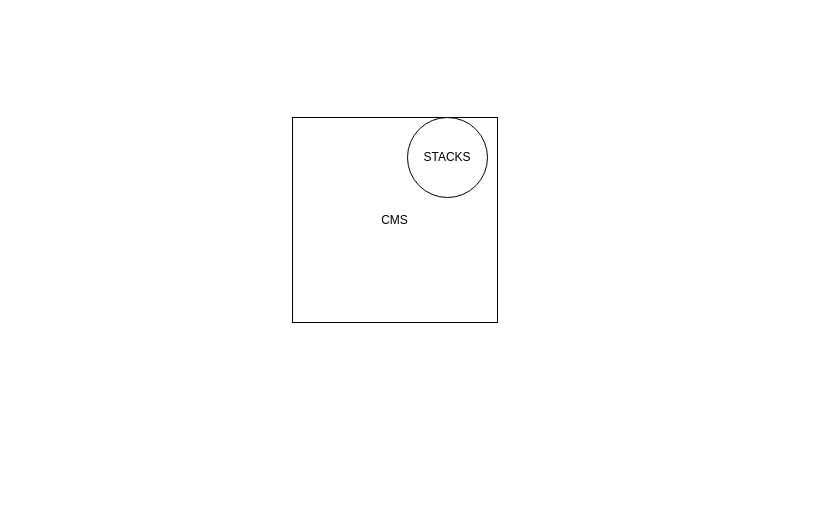
The draw.io diagram Untitled Diagram.drawio in yukuansong/draw.io, before the edit. Source tidied: cells renumbered, new cells numbered last; positions are measured from the earlier drawing's top-left corner, leaving out a move shared by most shapes. Both pictures are drawn from the tidied source at 100%, with x=0, y=0 at pixel (292, 117).
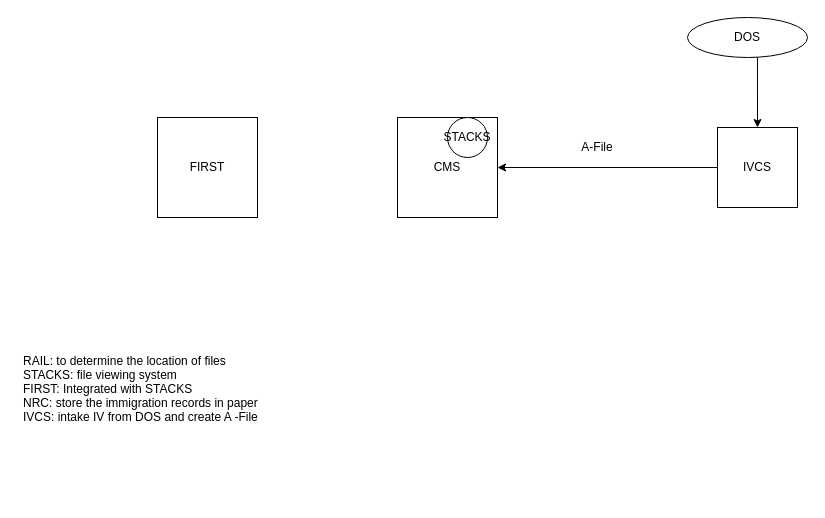
After the change.

The edit, as a diff of the source:
```diff
@@
 <mxGraphModel>
   <root>
     <mxCell id="0" />
     <mxCell id="1" parent="0" />
     <mxCell id="2" value="CMS" style="whiteSpace=wrap;html=1;" parent="1" vertex="1">
-      <mxGeometry width="205" height="205" as="geometry" />
+      <mxGeometry x="105" width="100" height="100" as="geometry" />
     </mxCell>
     <mxCell id="3" value="STACKS" style="ellipse;whiteSpace=wrap;html=1;" parent="1" vertex="1">
-      <mxGeometry x="115" width="80" height="80" as="geometry" />
+      <mxGeometry x="155" width="40" height="40" as="geometry" />
     </mxCell>
+    <mxCell id="4" value="FIRST" style="whiteSpace=wrap;html=1;" parent="1" vertex="1">
+      <mxGeometry x="-135" width="100" height="100" as="geometry" />
+    </mxCell>
+    <mxCell id="5" value="RAIL: to determine the location of files &#10;STACKS: file viewing system&#10;FIRST: Integrated with STACKS&#10;NRC: store the immigration records in paper&#10;IVCS: intake IV from DOS and create A -File" style="text;strokeColor=none;fillColor=none;align=left;verticalAlign=top;spacingLeft=4;spacingRight=4;overflow=hidden;" parent="1" vertex="1">
+      <mxGeometry x="-275" y="230" width="280" height="150" as="geometry" />
+    </mxCell>
+    <mxCell id="6" value="DOS" style="ellipse;whiteSpace=wrap;html=1;" parent="1" vertex="1">
+      <mxGeometry x="395" y="-100" width="120" height="40" as="geometry" />
+    </mxCell>
+    <mxCell id="7" value="IVCS" style="whiteSpace=wrap;html=1;" parent="1" vertex="1">
+      <mxGeometry x="425" y="10" width="80" height="80" as="geometry" />
+    </mxCell>
+    <mxCell id="8" style="endArrow=classic;html=1;entryX=0.5;entryY=0;entryDx=0;entryDy=0;exitX=0.583;exitY=1;exitDx=0;exitDy=0;exitPerimeter=0;" parent="1" edge="1" source="6" target="7">
+      <mxGeometry relative="1" as="geometry" />
+    </mxCell>
+    <mxCell id="9" style="endArrow=classic;html=1;exitX=0;exitY=0.5;exitDx=0;exitDy=0;entryX=1;entryY=0.5;entryDx=0;entryDy=0;" parent="1" edge="1" source="7" target="2">
+      <mxGeometry relative="1" as="geometry" />
+    </mxCell>
+    <mxCell id="10" value="A-File" style="text;html=1;strokeColor=none;fillColor=none;align=center;verticalAlign=middle;whiteSpace=wrap;rounded=0;" parent="1" vertex="1">
+      <mxGeometry x="285" y="20" width="40" height="20" as="geometry" />
+    </mxCell>
   </root>
 </mxGraphModel>
```
